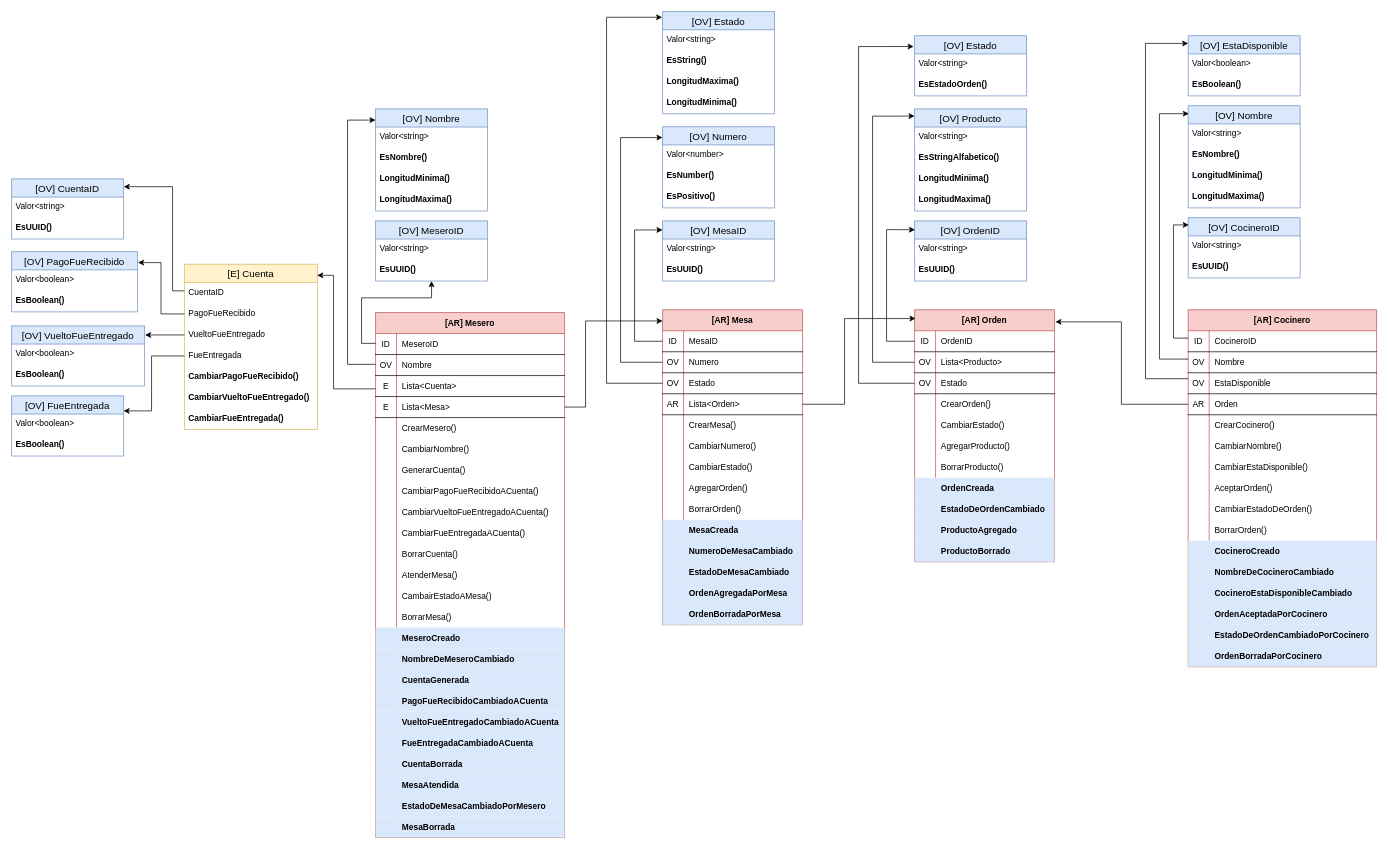
Before: page "Model" (3 of 3) of DDD Restaurante - Christian Britos.drawio in xtianbritos/C1-2023-DDD-Uruguay, a draw.io diagram. Source tidied: cells renumbered, new cells numbered last; positions are measured from the earlier drawing's top-left corner, leaving out a move shared by most shapes. Both pictures are drawn from the tidied source at 70%, with x=0, y=0 at pixel (11, 11).
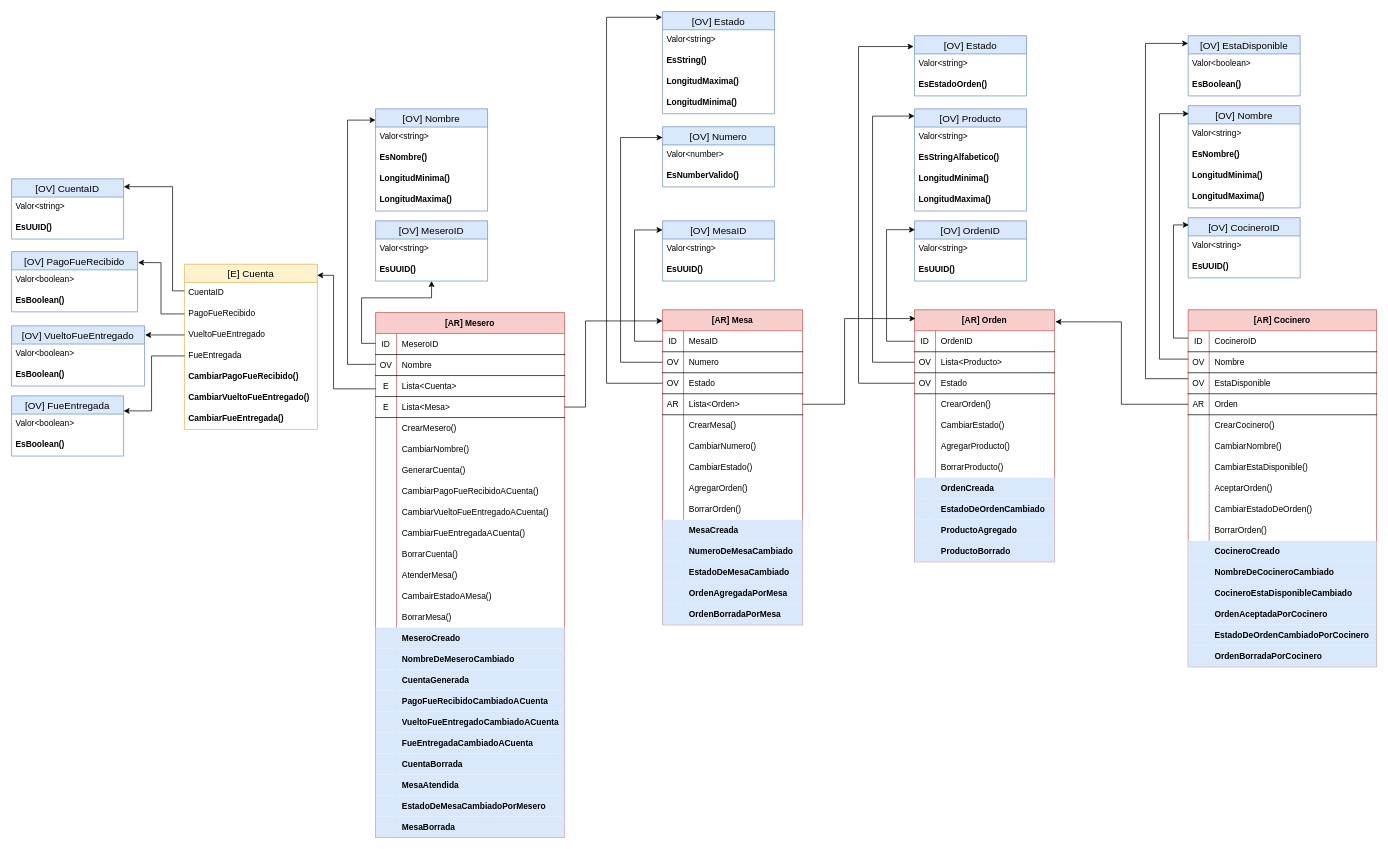
Above is the later version.

Diff of the diagram source:
```diff
@@
     <mxCell id="151" value="[OV] Numero" style="swimlane;fontStyle=0;horizontal=1;startSize=26;align=center;fontSize=14;fillColor=#dae8fc;strokeColor=#6c8ebf;" parent="1" vertex="1">
-      <mxGeometry x="930" y="164.5" width="160" height="116" as="geometry" />
+      <mxGeometry x="930" y="164.5" width="160" height="86" as="geometry" />
     </mxCell>
@@
-    <mxCell id="153" value="EsNumber()" style="text;strokeColor=none;fillColor=none;spacingLeft=4;spacingRight=4;overflow=hidden;fontSize=12;fontStyle=1;" parent="151" vertex="1">
+    <mxCell id="153" value="EsNumberValido()" style="text;strokeColor=none;fillColor=none;spacingLeft=4;spacingRight=4;overflow=hidden;fontSize=12;fontStyle=1;" parent="151" vertex="1">
       <mxGeometry y="56" width="160" height="30" as="geometry" />
     </mxCell>
-    <mxCell id="154" value="EsPositivo()" style="text;strokeColor=none;fillColor=none;spacingLeft=4;spacingRight=4;overflow=hidden;fontSize=12;fontStyle=1;" parent="151" vertex="1">
-      <mxGeometry y="86" width="160" height="30" as="geometry" />
-    </mxCell>
```
